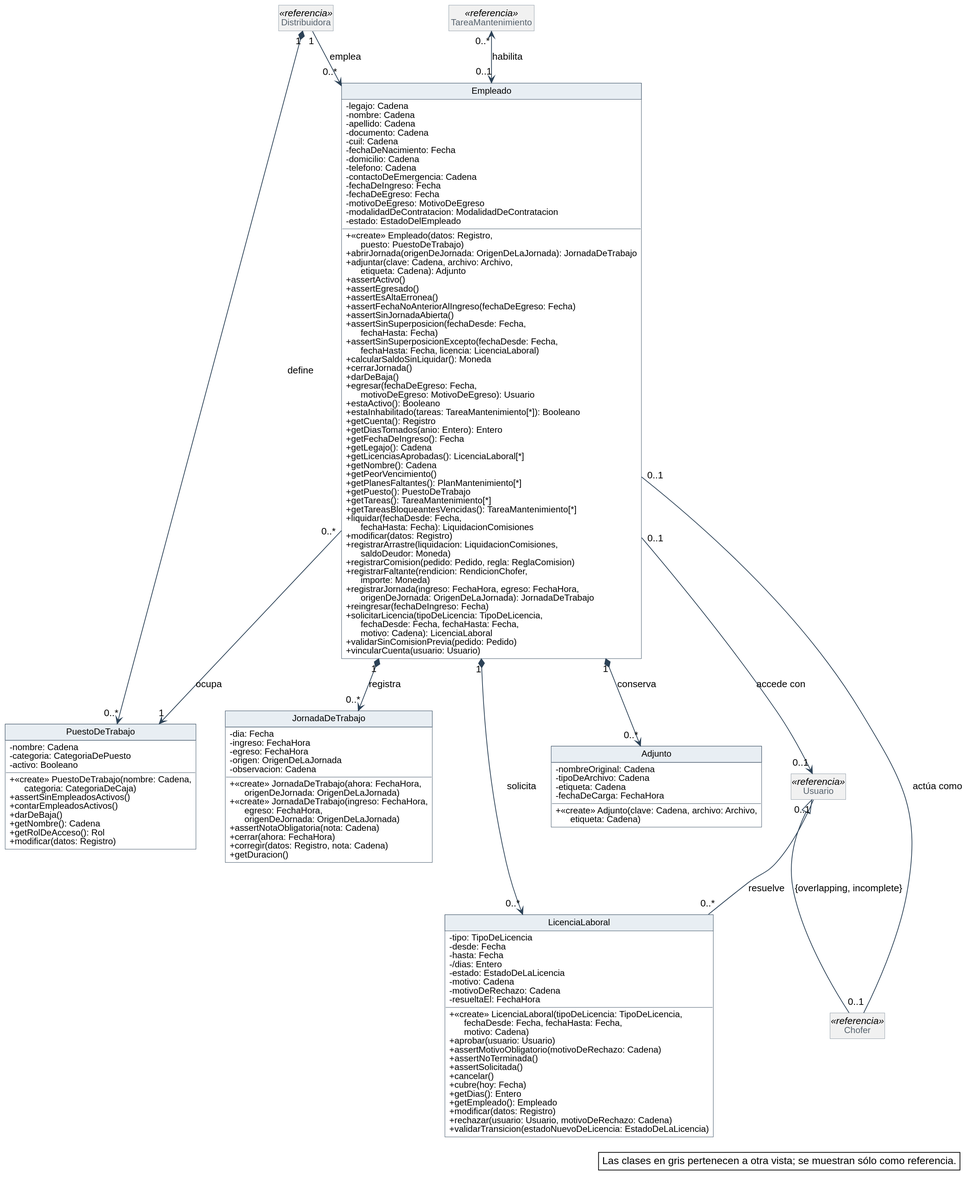
Before: diagramas/clases-diseno/DC_Personal.svg, a diagram exported from PlantUML (Nahuelito-Dev/splg-docs). Its diagram source:
```plantuml
@startuml
skinparam backgroundColor #FFFFFF
skinparam shadowing false
skinparam defaultFontName Helvetica
skinparam defaultFontSize 13
skinparam dpi 150
skinparam nodesep 40
skinparam ranksep 55
skinparam classAttributeIconSize 0
skinparam roundCorner 0
skinparam genericDisplay old
skinparam class {
  BorderColor #2C4257
  BackgroundColor #FFFFFF
  ArrowColor #2C4257
  FontSize 14
  AttributeFontSize 12
  HeaderBackgroundColor #E8EEF3
}
skinparam class<<referencia>> {
  BackgroundColor #F1F1F1
  BorderColor #8A97A3
  FontColor #55616C
}
skinparam class<<fachada>> {
  HeaderBackgroundColor #D6E4F0
}
skinparam class<<controlador>> {
  HeaderBackgroundColor #D6E4F0
}
skinparam class<<fabricación pura>> {
  HeaderBackgroundColor #F3E9CF
}
skinparam class<<colección>> {
  HeaderBackgroundColor #E6E6E6
}
skinparam class<<adaptador>> {
  HeaderBackgroundColor #DCEBDD
}
skinparam interface {
  BorderColor #2C4257
  BackgroundColor #FFFFFF
  HeaderBackgroundColor #DCEBDD
  FontSize 14
  AttributeFontSize 12
}
skinparam note {
  BackgroundColor #FFFFFF
  BorderColor #2C4257
}
skinparam packageStyle rectangle
skinparam package {
  BorderColor #8A97A3
  FontSize 13
  FontColor #55616C
}
hide circle
hide empty members

class PuestoDeTrabajo {
  - nombre: Cadena
  - categoria: CategoriaDePuesto
  - activo: Booleano
  + «create» PuestoDeTrabajo(nombre: Cadena,\n      categoria: CategoriaDeCaja)
  + assertSinEmpleadosActivos()
  + contarEmpleadosActivos()
  + darDeBaja()
  + getNombre(): Cadena
  + getRolDeAcceso(): Rol
  + modificar(datos: Registro)
}
class Empleado {
  - legajo: Cadena
  - nombre: Cadena
  - apellido: Cadena
  - documento: Cadena
  - cuil: Cadena
  - fechaDeNacimiento: Fecha
  - domicilio: Cadena
  - telefono: Cadena
  - contactoDeEmergencia: Cadena
  - fechaDeIngreso: Fecha
  - fechaDeEgreso: Fecha
  - motivoDeEgreso: MotivoDeEgreso
  - modalidadDeContratacion: ModalidadDeContratacion
  - estado: EstadoDelEmpleado
  + «create» Empleado(datos: Registro,\n      puesto: PuestoDeTrabajo)
  + abrirJornada(origenDeJornada: OrigenDeLaJornada): JornadaDeTrabajo
  + adjuntar(clave: Cadena, archivo: Archivo,\n      etiqueta: Cadena): Adjunto
  + assertActivo()
  + assertEgresado()
  + assertEsAltaErronea()
  + assertFechaNoAnteriorAlIngreso(fechaDeEgreso: Fecha)
  + assertSinJornadaAbierta()
  + assertSinSuperposicion(fechaDesde: Fecha,\n      fechaHasta: Fecha)
  + assertSinSuperposicionExcepto(fechaDesde: Fecha,\n      fechaHasta: Fecha, licencia: LicenciaLaboral)
  + calcularSaldoSinLiquidar(): Moneda
  + cerrarJornada()
  + darDeBaja()
  + egresar(fechaDeEgreso: Fecha,\n      motivoDeEgreso: MotivoDeEgreso): Usuario
  + estaActivo(): Booleano
  + estaInhabilitado(tareas: TareaMantenimiento[*]): Booleano
  + getCuenta(): Registro
  + getDiasTomados(anio: Entero): Entero
  + getFechaDeIngreso(): Fecha
  + getLegajo(): Cadena
  + getLicenciasAprobadas(): LicenciaLaboral[*]
  + getNombre(): Cadena
  + getPeorVencimiento()
  + getPlanesFaltantes(): PlanMantenimiento[*]
  + getPuesto(): PuestoDeTrabajo
  + getTareas(): TareaMantenimiento[*]
  + getTareasBloqueantesVencidas(): TareaMantenimiento[*]
  + liquidar(fechaDesde: Fecha,\n      fechaHasta: Fecha): LiquidacionComisiones
  + modificar(datos: Registro)
  + registrarArrastre(liquidacion: LiquidacionComisiones,\n      saldoDeudor: Moneda)
  + registrarComision(pedido: Pedido, regla: ReglaComision)
  + registrarFaltante(rendicion: RendicionChofer,\n      importe: Moneda)
  + registrarJornada(ingreso: FechaHora, egreso: FechaHora,\n      origenDeJornada: OrigenDeLaJornada): JornadaDeTrabajo
  + reingresar(fechaDeIngreso: Fecha)
  + solicitarLicencia(tipoDeLicencia: TipoDeLicencia,\n      fechaDesde: Fecha, fechaHasta: Fecha,\n      motivo: Cadena): LicenciaLaboral
  + validarSinComisionPrevia(pedido: Pedido)
  + vincularCuenta(usuario: Usuario)
}
class JornadaDeTrabajo {
  - dia: Fecha
  - ingreso: FechaHora
  - egreso: FechaHora
  - origen: OrigenDeLaJornada
  - observacion: Cadena
  + «create» JornadaDeTrabajo(ahora: FechaHora,\n      origenDeJornada: OrigenDeLaJornada)
  + «create» JornadaDeTrabajo(ingreso: FechaHora,\n      egreso: FechaHora,\n      origenDeJornada: OrigenDeLaJornada)
  + assertNotaObligatoria(nota: Cadena)
  + cerrar(ahora: FechaHora)
  + corregir(datos: Registro, nota: Cadena)
  + getDuracion()
}
class LicenciaLaboral {
  - tipo: TipoDeLicencia
  - desde: Fecha
  - hasta: Fecha
  - /dias: Entero
  - estado: EstadoDeLaLicencia
  - motivo: Cadena
  - motivoDeRechazo: Cadena
  - resueltaEl: FechaHora
  + «create» LicenciaLaboral(tipoDeLicencia: TipoDeLicencia,\n      fechaDesde: Fecha, fechaHasta: Fecha,\n      motivo: Cadena)
  + aprobar(usuario: Usuario)
  + assertMotivoObligatorio(motivoDeRechazo: Cadena)
  + assertNoTerminada()
  + assertSolicitada()
  + cancelar()
  + cubre(hoy: Fecha)
  + getDias(): Entero
  + getEmpleado(): Empleado
  + modificar(datos: Registro)
  + rechazar(usuario: Usuario, motivoDeRechazo: Cadena)
  + validarTransicion(estadoNuevoDeLicencia: EstadoDeLaLicencia)
}
class Adjunto {
  - nombreOriginal: Cadena
  - tipoDeArchivo: Cadena
  - etiqueta: Cadena
  - fechaDeCarga: FechaHora
  + «create» Adjunto(clave: Cadena, archivo: Archivo,\n      etiqueta: Cadena)
}
class Distribuidora <<referencia>>
class Usuario <<referencia>>
class TareaMantenimiento <<referencia>>
class Chofer <<referencia>>

Usuario <|-- Chofer : {overlapping, incomplete}
Distribuidora "1" --> "0..*" Empleado : emplea
Distribuidora "1" *--> "0..*" PuestoDeTrabajo : define
Empleado "0..*" --> "1" PuestoDeTrabajo : ocupa
Empleado "0..1" --> "0..1" Usuario : accede con
Empleado "1" *--> "0..*" JornadaDeTrabajo : registra
Empleado "1" *--> "0..*" LicenciaLaboral : solicita
Usuario "0..1" -- "0..*" LicenciaLaboral : resuelve
Empleado "1" *--> "0..*" Adjunto : conserva
TareaMantenimiento "0..*" <--> "0..1" Empleado : habilita
Empleado "0..1" -- "0..1" Chofer : actúa como

legend bottom right
  Las clases en gris pertenecen a otra vista; se muestran sólo como referencia.
endlegend
@enduml
```
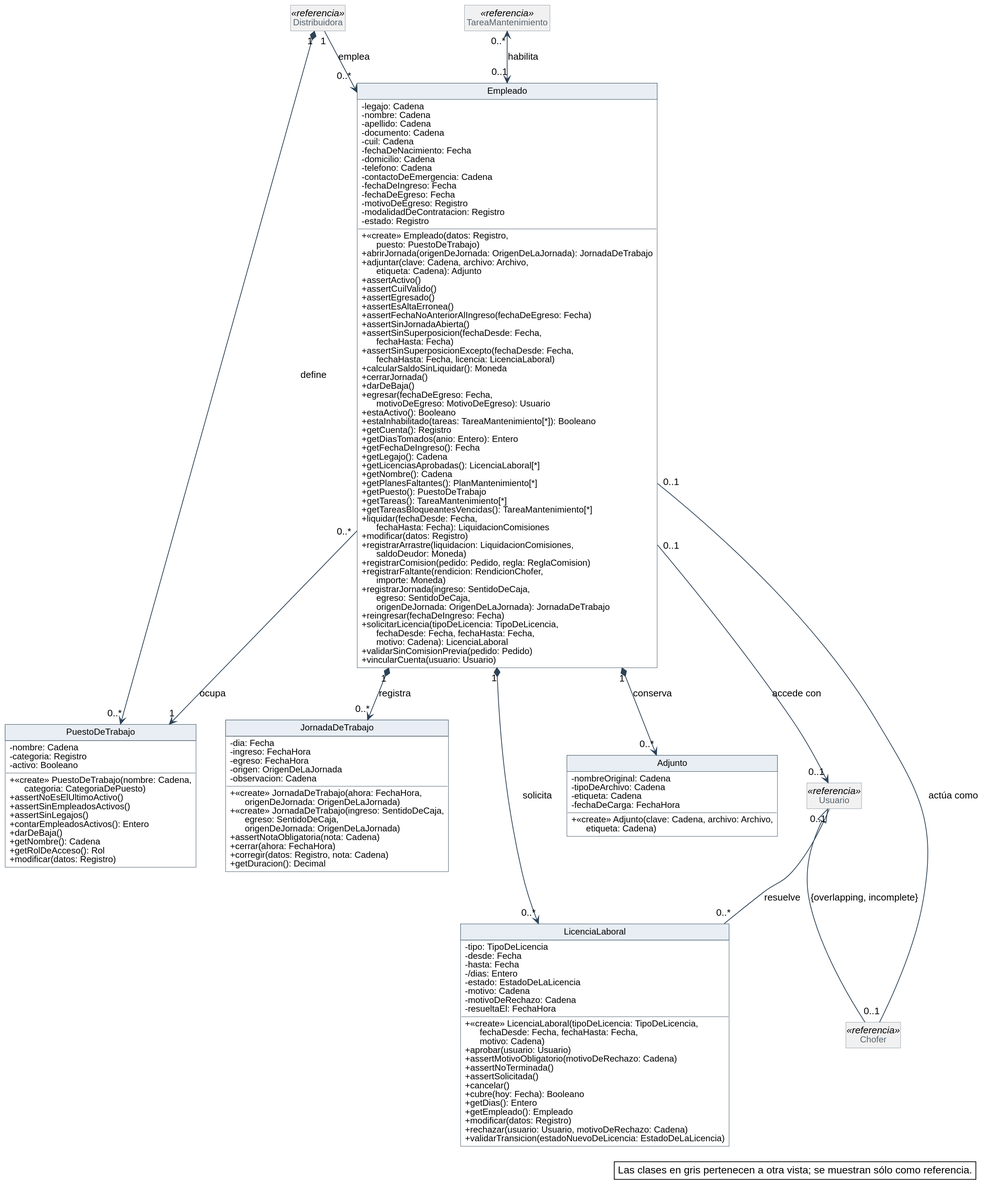
After the change.

Change to the diagram source:
```diff
@@ -59,11 +59,13 @@
 
 class PuestoDeTrabajo {
   - nombre: Cadena
-  - categoria: CategoriaDePuesto
+  - categoria: Registro
   - activo: Booleano
-  + «create» PuestoDeTrabajo(nombre: Cadena,\n      categoria: CategoriaDeCaja)
+  + «create» PuestoDeTrabajo(nombre: Cadena,\n      categoria: CategoriaDePuesto)
+  + assertNoEsElUltimoActivo()
   + assertSinEmpleadosActivos()
-  + contarEmpleadosActivos()
+  + assertSinLegajos()
+  + contarEmpleadosActivos(): Entero
   + darDeBaja()
   + getNombre(): Cadena
   + getRolDeAcceso(): Rol
@@ -81,13 +83,14 @@
   - contactoDeEmergencia: Cadena
   - fechaDeIngreso: Fecha
   - fechaDeEgreso: Fecha
-  - motivoDeEgreso: MotivoDeEgreso
-  - modalidadDeContratacion: ModalidadDeContratacion
-  - estado: EstadoDelEmpleado
+  - motivoDeEgreso: Registro
+  - modalidadDeContratacion: Registro
+  - estado: Registro
   + «create» Empleado(datos: Registro,\n      puesto: PuestoDeTrabajo)
   + abrirJornada(origenDeJornada: OrigenDeLaJornada): JornadaDeTrabajo
   + adjuntar(clave: Cadena, archivo: Archivo,\n      etiqueta: Cadena): Adjunto
   + assertActivo()
+  + assertCuilValido()
   + assertEgresado()
   + assertEsAltaErronea()
   + assertFechaNoAnteriorAlIngreso(fechaDeEgreso: Fecha)
@@ -106,7 +109,6 @@
   + getLegajo(): Cadena
   + getLicenciasAprobadas(): LicenciaLaboral[*]
   + getNombre(): Cadena
-  + getPeorVencimiento()
   + getPlanesFaltantes(): PlanMantenimiento[*]
   + getPuesto(): PuestoDeTrabajo
   + getTareas(): TareaMantenimiento[*]
@@ -116,7 +118,7 @@
   + registrarArrastre(liquidacion: LiquidacionComisiones,\n      saldoDeudor: Moneda)
   + registrarComision(pedido: Pedido, regla: ReglaComision)
   + registrarFaltante(rendicion: RendicionChofer,\n      importe: Moneda)
-  + registrarJornada(ingreso: FechaHora, egreso: FechaHora,\n      origenDeJornada: OrigenDeLaJornada): JornadaDeTrabajo
+  + registrarJornada(ingreso: SentidoDeCaja,\n      egreso: SentidoDeCaja,\n      origenDeJornada: OrigenDeLaJornada): JornadaDeTrabajo
   + reingresar(fechaDeIngreso: Fecha)
   + solicitarLicencia(tipoDeLicencia: TipoDeLicencia,\n      fechaDesde: Fecha, fechaHasta: Fecha,\n      motivo: Cadena): LicenciaLaboral
   + validarSinComisionPrevia(pedido: Pedido)
@@ -129,11 +131,11 @@
   - origen: OrigenDeLaJornada
   - observacion: Cadena
   + «create» JornadaDeTrabajo(ahora: FechaHora,\n      origenDeJornada: OrigenDeLaJornada)
-  + «create» JornadaDeTrabajo(ingreso: FechaHora,\n      egreso: FechaHora,\n      origenDeJornada: OrigenDeLaJornada)
+  + «create» JornadaDeTrabajo(ingreso: SentidoDeCaja,\n      egreso: SentidoDeCaja,\n      origenDeJornada: OrigenDeLaJornada)
   + assertNotaObligatoria(nota: Cadena)
   + cerrar(ahora: FechaHora)
   + corregir(datos: Registro, nota: Cadena)
-  + getDuracion()
+  + getDuracion(): Decimal
 }
 class LicenciaLaboral {
   - tipo: TipoDeLicencia
@@ -150,7 +152,7 @@
   + assertNoTerminada()
   + assertSolicitada()
   + cancelar()
-  + cubre(hoy: Fecha)
+  + cubre(hoy: Fecha): Booleano
   + getDias(): Entero
   + getEmpleado(): Empleado
   + modificar(datos: Registro)
```
